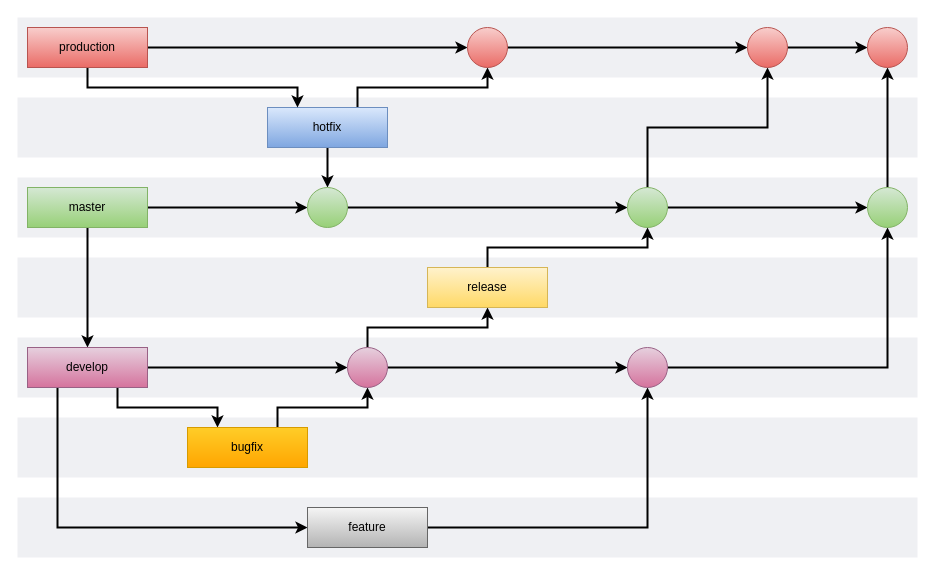
Before: draw.io/semver-flow.drawio in seemscloud/semver-convention, a draw.io diagram. Source tidied: cells renumbered, new cells numbered last; positions are measured from the earlier drawing's top-left corner, leaving out a move shared by most shapes. Both pictures are drawn from the tidied source at 100%, with x=0, y=0 at pixel (17, 17).
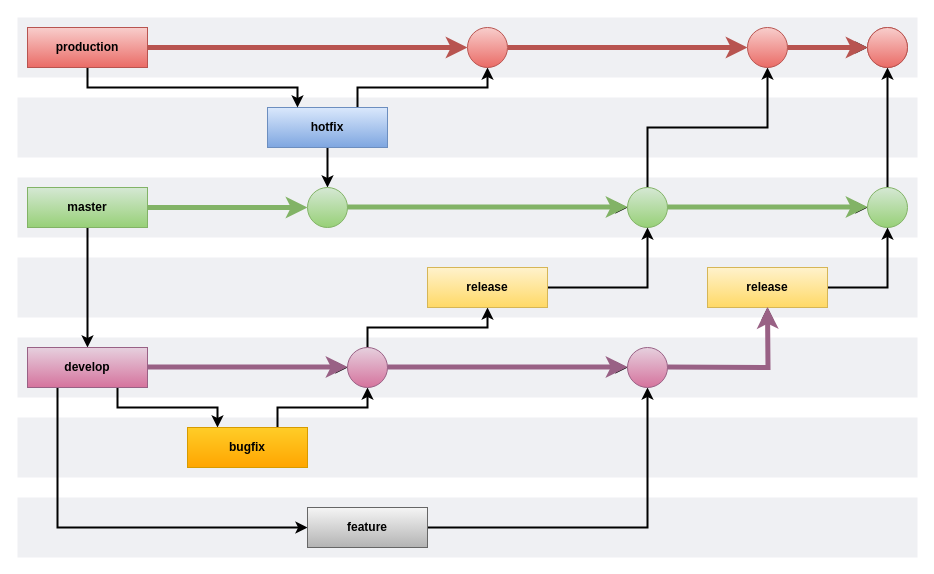
After the change.

What changed in the source:
```diff
@@
-    <mxCell id="2" style="fillColor=#EFF0F3;strokeColor=none;dashed=0;verticalAlign=top;fontStyle=0;fontColor=#232F3D;" parent="1" vertex="1">
+    <mxCell id="2" style="fillColor=#EFF0F3;strokeColor=none;dashed=0;verticalAlign=top;fontStyle=1;fontColor=#232F3D;" parent="1" vertex="1">
       <mxGeometry width="900" height="60" as="geometry" />
     </mxCell>
-    <mxCell id="3" style="fillColor=#EFF0F3;strokeColor=none;dashed=0;verticalAlign=top;fontStyle=0;fontColor=#232F3D;" parent="1" vertex="1">
+    <mxCell id="3" style="fillColor=#EFF0F3;strokeColor=none;dashed=0;verticalAlign=top;fontStyle=1;fontColor=#232F3D;" parent="1" vertex="1">
       <mxGeometry y="80" width="900" height="60" as="geometry" />
     </mxCell>
-    <mxCell id="4" style="fillColor=#EFF0F3;strokeColor=none;dashed=0;verticalAlign=top;fontStyle=0;fontColor=#232F3D;" parent="1" vertex="1">
+    <mxCell id="4" style="fillColor=#EFF0F3;strokeColor=none;dashed=0;verticalAlign=top;fontStyle=1;fontColor=#232F3D;" parent="1" vertex="1">
       <mxGeometry y="480" width="900" height="60" as="geometry" />
     </mxCell>
-    <mxCell id="5" style="fillColor=#EFF0F3;strokeColor=none;dashed=0;verticalAlign=top;fontStyle=0;fontColor=#232F3D;" parent="1" vertex="1">
+    <mxCell id="5" style="fillColor=#EFF0F3;strokeColor=none;dashed=0;verticalAlign=top;fontStyle=1;fontColor=#232F3D;" parent="1" vertex="1">
       <mxGeometry y="400" width="900" height="60" as="geometry" />
     </mxCell>
-    <mxCell id="6" style="fillColor=#EFF0F3;strokeColor=none;dashed=0;verticalAlign=top;fontStyle=0;fontColor=#232F3D;" parent="1" vertex="1">
+    <mxCell id="6" style="fillColor=#EFF0F3;strokeColor=none;dashed=0;verticalAlign=top;fontStyle=1;fontColor=#232F3D;" parent="1" vertex="1">
       <mxGeometry y="160" width="900" height="60" as="geometry" />
     </mxCell>
-    <mxCell id="7" style="fillColor=#EFF0F3;strokeColor=none;dashed=0;verticalAlign=top;fontStyle=0;fontColor=#232F3D;" parent="1" vertex="1">
+    <mxCell id="7" style="fillColor=#EFF0F3;strokeColor=none;dashed=0;verticalAlign=top;fontStyle=1;fontColor=#232F3D;" parent="1" vertex="1">
       <mxGeometry y="240" width="900" height="60" as="geometry" />
     </mxCell>
-    <mxCell id="8" style="fillColor=#EFF0F3;strokeColor=none;dashed=0;verticalAlign=top;fontStyle=0;fontColor=#232F3D;" parent="1" vertex="1">
+    <mxCell id="8" style="fillColor=#EFF0F3;strokeColor=none;dashed=0;verticalAlign=top;fontStyle=1;fontColor=#232F3D;" parent="1" vertex="1">
       <mxGeometry y="320" width="900" height="60" as="geometry" />
     </mxCell>
-    <mxCell id="9" style="edgeStyle=orthogonalEdgeStyle;rounded=0;jettySize=auto;html=1;strokeWidth=2;startArrow=none;exitX=1;exitY=0.5;exitDx=0;exitDy=0;entryX=0;entryY=0.5;entryDx=0;entryDy=0;" parent="1" edge="1" source="11" target="43">
+    <mxCell id="9" style="edgeStyle=orthogonalEdgeStyle;rounded=0;jettySize=auto;html=1;strokeWidth=5;startArrow=none;exitX=1;exitY=0.5;exitDx=0;exitDy=0;entryX=0;entryY=0.5;entryDx=0;entryDy=0;fillColor=#d5e8d4;gradientColor=#97d077;strokeColor=#82b366;fontStyle=1;" parent="1" edge="1" source="11" target="43">
       <mxGeometry relative="1" as="geometry" />
     </mxCell>
-    <mxCell id="10" style="edgeStyle=orthogonalEdgeStyle;rounded=0;jettySize=auto;html=1;entryX=0.5;entryY=0;entryDx=0;entryDy=0;strokeWidth=2;exitX=0.5;exitY=1;exitDx=0;exitDy=0;" parent="1" edge="1" source="11" target="18">
+    <mxCell id="10" style="edgeStyle=orthogonalEdgeStyle;rounded=0;jettySize=auto;html=1;entryX=0.5;entryY=0;entryDx=0;entryDy=0;strokeWidth=2;exitX=0.5;exitY=1;exitDx=0;exitDy=0;fontStyle=1;" parent="1" edge="1" source="11" target="18">
       <mxGeometry relative="1" as="geometry" />
     </mxCell>
-    <mxCell id="11" value="master" style="rounded=0;whiteSpace=wrap;html=1;fillColor=#d5e8d4;gradientColor=#97d077;strokeColor=#82b366;" parent="1" vertex="1">
+    <mxCell id="11" value="master" style="rounded=0;whiteSpace=wrap;html=1;fillColor=#d5e8d4;gradientColor=#97d077;strokeColor=#82b366;fontStyle=1;" parent="1" vertex="1">
       <mxGeometry x="10" y="170" width="120" height="40" as="geometry" />
     </mxCell>
-    <mxCell id="12" style="edgeStyle=orthogonalEdgeStyle;rounded=0;jettySize=auto;html=1;entryX=0.5;entryY=1;entryDx=0;entryDy=0;exitX=0.75;exitY=0;exitDx=0;exitDy=0;strokeWidth=2;" parent="1" edge="1" source="14" target="23">
+    <mxCell id="12" style="edgeStyle=orthogonalEdgeStyle;rounded=0;jettySize=auto;html=1;entryX=0.5;entryY=1;entryDx=0;entryDy=0;exitX=0.75;exitY=0;exitDx=0;exitDy=0;strokeWidth=2;fontStyle=1;" parent="1" edge="1" source="14" target="23">
       <mxGeometry relative="1" as="geometry" />
     </mxCell>
-    <mxCell id="13" style="edgeStyle=orthogonalEdgeStyle;rounded=0;jettySize=auto;html=1;entryX=0.5;entryY=0;entryDx=0;entryDy=0;strokeWidth=2;" parent="1" edge="1" source="14" target="43">
+    <mxCell id="13" style="edgeStyle=orthogonalEdgeStyle;rounded=0;jettySize=auto;html=1;entryX=0.5;entryY=0;entryDx=0;entryDy=0;strokeWidth=2;fontStyle=1;" parent="1" edge="1" source="14" target="43">
       <mxGeometry relative="1" as="geometry" />
     </mxCell>
-    <mxCell id="14" value="hotfix" style="rounded=0;whiteSpace=wrap;html=1;fillColor=#dae8fc;gradientColor=#7ea6e0;strokeColor=#6c8ebf;" parent="1" vertex="1">
+    <mxCell id="14" value="hotfix" style="rounded=0;whiteSpace=wrap;html=1;fillColor=#dae8fc;gradientColor=#7ea6e0;strokeColor=#6c8ebf;fontStyle=1;" parent="1" vertex="1">
       <mxGeometry x="250" y="90" width="120" height="40" as="geometry" />
     </mxCell>
-    <mxCell id="15" style="edgeStyle=orthogonalEdgeStyle;rounded=0;jettySize=auto;html=1;strokeWidth=2;exitX=0.75;exitY=1;exitDx=0;exitDy=0;entryX=0.25;entryY=0;entryDx=0;entryDy=0;" parent="1" edge="1" source="18" target="31">
+    <mxCell id="15" style="edgeStyle=orthogonalEdgeStyle;rounded=0;jettySize=auto;html=1;strokeWidth=2;exitX=0.75;exitY=1;exitDx=0;exitDy=0;entryX=0.25;entryY=0;entryDx=0;entryDy=0;fontStyle=1;" parent="1" edge="1" source="18" target="31">
       <mxGeometry relative="1" as="geometry" />
     </mxCell>
-    <mxCell id="16" style="edgeStyle=orthogonalEdgeStyle;rounded=0;jettySize=auto;html=1;entryX=0;entryY=0.5;entryDx=0;entryDy=0;strokeWidth=2;" parent="1" edge="1" source="18" target="34">
+    <mxCell id="16" style="edgeStyle=orthogonalEdgeStyle;rounded=0;jettySize=auto;html=1;entryX=0;entryY=0.5;entryDx=0;entryDy=0;strokeWidth=2;fontStyle=1;" parent="1" edge="1" source="18" target="34">
       <mxGeometry relative="1" as="geometry" />
     </mxCell>
-    <mxCell id="17" style="edgeStyle=orthogonalEdgeStyle;rounded=0;jettySize=auto;html=1;entryX=0;entryY=0.5;entryDx=0;entryDy=0;strokeWidth=2;exitX=0.25;exitY=1;exitDx=0;exitDy=0;" parent="1" edge="1" source="18" target="36">
+    <mxCell id="17" style="edgeStyle=orthogonalEdgeStyle;rounded=0;jettySize=auto;html=1;entryX=0;entryY=0.5;entryDx=0;entryDy=0;strokeWidth=2;exitX=0.25;exitY=1;exitDx=0;exitDy=0;fontStyle=1;" parent="1" edge="1" source="18" target="36">
       <mxGeometry relative="1" as="geometry">
         <Array as="points">
           <mxPoint x="40" y="510" />
         </Array>
       </mxGeometry>
     </mxCell>
-    <mxCell id="18" value="develop" style="rounded=0;whiteSpace=wrap;html=1;fillColor=#e6d0de;gradientColor=#d5739d;strokeColor=#996185;" parent="1" vertex="1">
+    <mxCell id="18" value="develop" style="rounded=0;whiteSpace=wrap;html=1;fillColor=#e6d0de;gradientColor=#d5739d;strokeColor=#996185;fontStyle=1;" parent="1" vertex="1">
       <mxGeometry x="10" y="330" width="120" height="40" as="geometry" />
     </mxCell>
-    <mxCell id="19" style="edgeStyle=orthogonalEdgeStyle;rounded=0;jettySize=auto;html=1;entryX=0;entryY=0.5;entryDx=0;entryDy=0;strokeWidth=2;" parent="1" edge="1" source="21" target="23">
+    <mxCell id="19" style="edgeStyle=orthogonalEdgeStyle;rounded=0;jettySize=auto;html=1;entryX=0;entryY=0.5;entryDx=0;entryDy=0;strokeWidth=5;fillColor=#f8cecc;gradientColor=#ea6b66;strokeColor=#b85450;fontStyle=1;" parent="1" edge="1" source="21" target="23">
       <mxGeometry relative="1" as="geometry" />
     </mxCell>
-    <mxCell id="20" style="edgeStyle=orthogonalEdgeStyle;rounded=0;jettySize=auto;html=1;entryX=0.25;entryY=0;entryDx=0;entryDy=0;exitX=0.5;exitY=1;exitDx=0;exitDy=0;strokeWidth=2;" parent="1" edge="1" source="21" target="14">
+    <mxCell id="20" style="edgeStyle=orthogonalEdgeStyle;rounded=0;jettySize=auto;html=1;entryX=0.25;entryY=0;entryDx=0;entryDy=0;exitX=0.5;exitY=1;exitDx=0;exitDy=0;strokeWidth=2;fontStyle=1;" parent="1" edge="1" source="21" target="14">
       <mxGeometry relative="1" as="geometry" />
     </mxCell>
-    <mxCell id="21" value="production" style="rounded=0;whiteSpace=wrap;html=1;fillColor=#f8cecc;gradientColor=#ea6b66;strokeColor=#b85450;" parent="1" vertex="1">
+    <mxCell id="21" value="production" style="rounded=0;whiteSpace=wrap;html=1;fillColor=#f8cecc;gradientColor=#ea6b66;strokeColor=#b85450;fontStyle=1;" parent="1" vertex="1">
       <mxGeometry x="10" y="10" width="120" height="40" as="geometry" />
     </mxCell>
-    <mxCell id="22" style="edgeStyle=orthogonalEdgeStyle;rounded=0;jettySize=auto;html=1;entryX=0;entryY=0.5;entryDx=0;entryDy=0;strokeWidth=2;" parent="1" edge="1" source="23" target="29">
+    <mxCell id="22" style="edgeStyle=orthogonalEdgeStyle;rounded=0;jettySize=auto;html=1;entryX=0;entryY=0.5;entryDx=0;entryDy=0;strokeWidth=5;fillColor=#f8cecc;gradientColor=#ea6b66;strokeColor=#b85450;fontStyle=1;" parent="1" edge="1" source="23" target="29">
       <mxGeometry relative="1" as="geometry" />
     </mxCell>
-    <mxCell id="23" style="ellipse;whiteSpace=wrap;html=1;fillColor=#f8cecc;gradientColor=#ea6b66;strokeColor=#b85450;" parent="1" vertex="1">
+    <mxCell id="23" style="ellipse;whiteSpace=wrap;html=1;fillColor=#f8cecc;gradientColor=#ea6b66;strokeColor=#b85450;fontStyle=1;" parent="1" vertex="1">
       <mxGeometry x="450" y="10" width="40" height="40" as="geometry" />
     </mxCell>
-    <mxCell id="24" style="edgeStyle=orthogonalEdgeStyle;rounded=0;jettySize=auto;html=1;entryX=0;entryY=0.5;entryDx=0;entryDy=0;strokeWidth=2;" parent="1" edge="1" source="43" target="27">
+    <mxCell id="24" style="edgeStyle=orthogonalEdgeStyle;rounded=0;jettySize=auto;html=1;entryX=0;entryY=0.5;entryDx=0;entryDy=0;strokeWidth=2;fontStyle=1;" parent="1" edge="1" source="43" target="27">
       <mxGeometry relative="1" as="geometry" />
     </mxCell>
-    <mxCell id="25" style="edgeStyle=orthogonalEdgeStyle;rounded=0;jettySize=auto;html=1;strokeWidth=2;exitX=0.5;exitY=0;exitDx=0;exitDy=0;" parent="1" edge="1" source="27" target="29">
+    <mxCell id="25" style="edgeStyle=orthogonalEdgeStyle;rounded=0;jettySize=auto;html=1;strokeWidth=2;exitX=0.5;exitY=0;exitDx=0;exitDy=0;fontStyle=1;" parent="1" edge="1" source="27" target="29">
       <mxGeometry relative="1" as="geometry" />
     </mxCell>
-    <mxCell id="26" style="edgeStyle=orthogonalEdgeStyle;rounded=0;jettySize=auto;html=1;entryX=0;entryY=0.5;entryDx=0;entryDy=0;strokeWidth=2;" parent="1" edge="1" source="27" target="42">
+    <mxCell id="26" style="edgeStyle=orthogonalEdgeStyle;rounded=0;jettySize=auto;html=1;entryX=0;entryY=0.5;entryDx=0;entryDy=0;strokeWidth=2;fontStyle=1;" parent="1" edge="1" source="27" target="42">
       <mxGeometry relative="1" as="geometry" />
     </mxCell>
-    <mxCell id="27" style="ellipse;whiteSpace=wrap;html=1;fillColor=#d5e8d4;gradientColor=#97d077;strokeColor=#82b366;" parent="1" vertex="1">
+    <mxCell id="27" style="ellipse;whiteSpace=wrap;html=1;fillColor=#d5e8d4;gradientColor=#97d077;strokeColor=#82b366;fontStyle=1;" parent="1" vertex="1">
       <mxGeometry x="610" y="170" width="40" height="40" as="geometry" />
     </mxCell>
-    <mxCell id="28" style="edgeStyle=orthogonalEdgeStyle;rounded=0;jettySize=auto;html=1;entryX=0;entryY=0.5;entryDx=0;entryDy=0;strokeWidth=2;" parent="1" edge="1" source="29" target="44">
+    <mxCell id="28" style="edgeStyle=orthogonalEdgeStyle;rounded=0;jettySize=auto;html=1;entryX=0;entryY=0.5;entryDx=0;entryDy=0;strokeWidth=2;fontStyle=1;" parent="1" edge="1" source="29" target="44">
       <mxGeometry relative="1" as="geometry" />
     </mxCell>
+    <mxCell id="45" style="edgeStyle=orthogonalEdgeStyle;rounded=0;jettySize=auto;html=1;strokeWidth=5;fillColor=#f8cecc;gradientColor=#ea6b66;strokeColor=#b85450;fontStyle=1;" parent="1" edge="1" source="29" target="54">
+      <mxGeometry relative="1" as="geometry" />
+    </mxCell>
-    <mxCell id="29" style="ellipse;whiteSpace=wrap;html=1;fillColor=#f8cecc;gradientColor=#ea6b66;strokeColor=#b85450;" parent="1" vertex="1">
+    <mxCell id="29" style="ellipse;whiteSpace=wrap;html=1;fillColor=#f8cecc;gradientColor=#ea6b66;strokeColor=#b85450;fontStyle=1;" parent="1" vertex="1">
       <mxGeometry x="730" y="10" width="40" height="40" as="geometry" />
     </mxCell>
-    <mxCell id="30" style="edgeStyle=orthogonalEdgeStyle;rounded=0;jettySize=auto;html=1;entryX=0.5;entryY=1;entryDx=0;entryDy=0;strokeWidth=2;exitX=0.75;exitY=0;exitDx=0;exitDy=0;" parent="1" edge="1" source="31" target="34">
+    <mxCell id="30" style="edgeStyle=orthogonalEdgeStyle;rounded=0;jettySize=auto;html=1;entryX=0.5;entryY=1;entryDx=0;entryDy=0;strokeWidth=2;exitX=0.75;exitY=0;exitDx=0;exitDy=0;fontStyle=1;" parent="1" edge="1" source="31" target="34">
       <mxGeometry relative="1" as="geometry" />
     </mxCell>
-    <mxCell id="31" value="bugfix" style="rounded=0;whiteSpace=wrap;html=1;fillColor=#ffcd28;gradientColor=#ffa500;strokeColor=#d79b00;" parent="1" vertex="1">
+    <mxCell id="31" value="bugfix" style="rounded=0;whiteSpace=wrap;html=1;fillColor=#ffcd28;gradientColor=#ffa500;strokeColor=#d79b00;fontStyle=1;" parent="1" vertex="1">
       <mxGeometry x="170" y="410" width="120" height="40" as="geometry" />
     </mxCell>
-    <mxCell id="32" style="edgeStyle=orthogonalEdgeStyle;rounded=0;jettySize=auto;html=1;entryX=0;entryY=0.5;entryDx=0;entryDy=0;strokeWidth=2;" parent="1" edge="1" source="34" target="38">
+    <mxCell id="32" style="edgeStyle=orthogonalEdgeStyle;rounded=0;jettySize=auto;html=1;entryX=0;entryY=0.5;entryDx=0;entryDy=0;strokeWidth=2;fontStyle=1;" parent="1" edge="1" source="34" target="38">
       <mxGeometry relative="1" as="geometry" />
     </mxCell>
-    <mxCell id="33" style="edgeStyle=orthogonalEdgeStyle;rounded=0;jettySize=auto;html=1;entryX=0.5;entryY=1;entryDx=0;entryDy=0;strokeWidth=2;exitX=0.5;exitY=0;exitDx=0;exitDy=0;" parent="1" edge="1" source="34" target="40">
+    <mxCell id="33" style="edgeStyle=orthogonalEdgeStyle;rounded=0;jettySize=auto;html=1;entryX=0.5;entryY=1;entryDx=0;entryDy=0;strokeWidth=2;exitX=0.5;exitY=0;exitDx=0;exitDy=0;fontStyle=1;" parent="1" edge="1" source="34" target="40">
       <mxGeometry relative="1" as="geometry" />
     </mxCell>
-    <mxCell id="34" style="ellipse;whiteSpace=wrap;html=1;fillColor=#e6d0de;gradientColor=#d5739d;strokeColor=#996185;" parent="1" vertex="1">
+    <mxCell id="34" style="ellipse;whiteSpace=wrap;html=1;fillColor=#e6d0de;gradientColor=#d5739d;strokeColor=#996185;fontStyle=1;" parent="1" vertex="1">
       <mxGeometry x="330" y="330" width="40" height="40" as="geometry" />
     </mxCell>
-    <mxCell id="35" style="edgeStyle=orthogonalEdgeStyle;rounded=0;jettySize=auto;html=1;entryX=0.5;entryY=1;entryDx=0;entryDy=0;strokeWidth=2;exitX=1;exitY=0.5;exitDx=0;exitDy=0;" parent="1" edge="1" source="36" target="38">
+    <mxCell id="35" style="edgeStyle=orthogonalEdgeStyle;rounded=0;jettySize=auto;html=1;entryX=0.5;entryY=1;entryDx=0;entryDy=0;strokeWidth=2;exitX=1;exitY=0.5;exitDx=0;exitDy=0;fontStyle=1;" parent="1" edge="1" source="36" target="38">
       <mxGeometry relative="1" as="geometry">
         <Array as="points">
           <mxPoint x="630" y="510" />
         </Array>
       </mxGeometry>
     </mxCell>
-    <mxCell id="36" value="feature" style="rounded=0;whiteSpace=wrap;html=1;fillColor=#f5f5f5;gradientColor=#b3b3b3;strokeColor=#666666;" parent="1" vertex="1">
+    <mxCell id="36" value="feature" style="rounded=0;whiteSpace=wrap;html=1;fillColor=#f5f5f5;gradientColor=#b3b3b3;strokeColor=#666666;fontStyle=1;" parent="1" vertex="1">
       <mxGeometry x="290" y="490" width="120" height="40" as="geometry" />
     </mxCell>
-    <mxCell id="37" style="edgeStyle=orthogonalEdgeStyle;rounded=0;jettySize=auto;html=1;strokeWidth=2;" parent="1" edge="1" source="38" target="42">
-      <mxGeometry relative="1" as="geometry" />
-    </mxCell>
+    <mxCell id="46" style="edgeStyle=orthogonalEdgeStyle;rounded=0;jettySize=auto;html=1;entryX=0.5;entryY=1;entryDx=0;entryDy=0;strokeWidth=2;fontStyle=1;" parent="1" edge="1" source="38" target="48">
+      <mxGeometry relative="1" as="geometry" />
+    </mxCell>
-    <mxCell id="38" style="ellipse;whiteSpace=wrap;html=1;fillColor=#e6d0de;gradientColor=#d5739d;strokeColor=#996185;" parent="1" vertex="1">
+    <mxCell id="38" style="ellipse;whiteSpace=wrap;html=1;fillColor=#e6d0de;gradientColor=#d5739d;strokeColor=#996185;fontStyle=1;" parent="1" vertex="1">
       <mxGeometry x="610" y="330" width="40" height="40" as="geometry" />
     </mxCell>
-    <mxCell id="39" style="edgeStyle=orthogonalEdgeStyle;rounded=0;jettySize=auto;html=1;entryX=0.5;entryY=1;entryDx=0;entryDy=0;strokeWidth=2;exitX=0.5;exitY=0;exitDx=0;exitDy=0;" parent="1" edge="1" source="40" target="27">
+    <mxCell id="39" style="edgeStyle=orthogonalEdgeStyle;rounded=0;jettySize=auto;html=1;entryX=0.5;entryY=1;entryDx=0;entryDy=0;strokeWidth=2;exitX=1;exitY=0.5;exitDx=0;exitDy=0;fontStyle=1;" parent="1" edge="1" source="40" target="27">
       <mxGeometry relative="1" as="geometry" />
     </mxCell>
-    <mxCell id="40" value="release" style="rounded=0;whiteSpace=wrap;html=1;fillColor=#fff2cc;gradientColor=#ffd966;strokeColor=#d6b656;" parent="1" vertex="1">
+    <mxCell id="40" value="release" style="rounded=0;whiteSpace=wrap;html=1;fillColor=#fff2cc;gradientColor=#ffd966;strokeColor=#d6b656;fontStyle=1;" parent="1" vertex="1">
       <mxGeometry x="410" y="250" width="120" height="40" as="geometry" />
     </mxCell>
-    <mxCell id="41" style="edgeStyle=orthogonalEdgeStyle;rounded=0;jettySize=auto;html=1;entryX=0.5;entryY=1;entryDx=0;entryDy=0;strokeWidth=2;" parent="1" edge="1" source="42" target="44">
+    <mxCell id="41" style="edgeStyle=orthogonalEdgeStyle;rounded=0;jettySize=auto;html=1;entryX=0.5;entryY=1;entryDx=0;entryDy=0;strokeWidth=2;fontStyle=1;" parent="1" edge="1" source="42" target="44">
       <mxGeometry relative="1" as="geometry" />
     </mxCell>
-    <mxCell id="42" style="ellipse;whiteSpace=wrap;html=1;fillColor=#d5e8d4;gradientColor=#97d077;strokeColor=#82b366;" parent="1" vertex="1">
+    <mxCell id="42" style="ellipse;whiteSpace=wrap;html=1;fillColor=#d5e8d4;gradientColor=#97d077;strokeColor=#82b366;fontStyle=1;" parent="1" vertex="1">
       <mxGeometry x="850" y="170" width="40" height="40" as="geometry" />
     </mxCell>
-    <mxCell id="43" style="ellipse;whiteSpace=wrap;html=1;fillColor=#d5e8d4;gradientColor=#97d077;strokeColor=#82b366;" parent="1" vertex="1">
+    <mxCell id="43" style="ellipse;whiteSpace=wrap;html=1;fillColor=#d5e8d4;gradientColor=#97d077;strokeColor=#82b366;fontStyle=1;" parent="1" vertex="1">
       <mxGeometry x="290" y="170" width="40" height="40" as="geometry" />
     </mxCell>
-    <mxCell id="44" style="ellipse;whiteSpace=wrap;html=1;fillColor=#f8cecc;gradientColor=#ea6b66;strokeColor=#b85450;" parent="1" vertex="1">
+    <mxCell id="44" style="ellipse;whiteSpace=wrap;html=1;fillColor=#f8cecc;gradientColor=#ea6b66;strokeColor=#b85450;fontStyle=1;" parent="1" vertex="1">
       <mxGeometry x="850" y="10" width="40" height="40" as="geometry" />
     </mxCell>
+    <mxCell id="47" style="edgeStyle=orthogonalEdgeStyle;rounded=0;jettySize=auto;html=1;entryX=0.5;entryY=1;entryDx=0;entryDy=0;strokeWidth=2;fontStyle=1;" parent="1" edge="1" source="48" target="42">
+      <mxGeometry relative="1" as="geometry" />
+    </mxCell>
+    <mxCell id="48" value="release" style="rounded=0;whiteSpace=wrap;html=1;fillColor=#fff2cc;gradientColor=#ffd966;strokeColor=#d6b656;fontStyle=1;" parent="1" vertex="1">
+      <mxGeometry x="690" y="250" width="120" height="40" as="geometry" />
+    </mxCell>
+    <mxCell id="49" style="edgeStyle=orthogonalEdgeStyle;rounded=0;orthogonalLoop=1;jettySize=auto;html=1;entryX=0;entryY=0.5;entryDx=0;entryDy=0;strokeWidth=5;fillColor=#e6d0de;gradientColor=#d5739d;strokeColor=#996185;fontStyle=1;" parent="1" edge="1">
+      <mxGeometry relative="1" as="geometry">
+        <mxPoint x="370" y="349.5" as="sourcePoint" />
+        <mxPoint x="610" y="349.5" as="targetPoint" />
+      </mxGeometry>
+    </mxCell>
+    <mxCell id="50" style="edgeStyle=orthogonalEdgeStyle;rounded=0;orthogonalLoop=1;jettySize=auto;html=1;entryX=0;entryY=0.5;entryDx=0;entryDy=0;strokeWidth=5;fillColor=#e6d0de;gradientColor=#d5739d;strokeColor=#996185;fontStyle=1;" parent="1" edge="1">
+      <mxGeometry relative="1" as="geometry">
+        <mxPoint x="130" y="349.5" as="sourcePoint" />
+        <mxPoint x="330" y="349.5" as="targetPoint" />
+      </mxGeometry>
+    </mxCell>
+    <mxCell id="51" style="edgeStyle=orthogonalEdgeStyle;rounded=0;orthogonalLoop=1;jettySize=auto;html=1;entryX=0.5;entryY=1;entryDx=0;entryDy=0;strokeWidth=5;fillColor=#e6d0de;gradientColor=#d5739d;strokeColor=#996185;fontStyle=1;" parent="1" edge="1">
+      <mxGeometry relative="1" as="geometry">
+        <mxPoint x="650" y="349.5" as="sourcePoint" />
+        <mxPoint x="750" y="289.5" as="targetPoint" />
+      </mxGeometry>
+    </mxCell>
+    <mxCell id="52" style="edgeStyle=orthogonalEdgeStyle;rounded=0;orthogonalLoop=1;jettySize=auto;html=1;entryX=0;entryY=0.5;entryDx=0;entryDy=0;strokeWidth=5;fillColor=#d5e8d4;gradientColor=#97d077;strokeColor=#82b366;fontStyle=1;" parent="1" edge="1">
+      <mxGeometry relative="1" as="geometry">
+        <mxPoint x="650" y="189.5" as="sourcePoint" />
+        <mxPoint x="850" y="189.5" as="targetPoint" />
+      </mxGeometry>
+    </mxCell>
+    <mxCell id="53" style="edgeStyle=orthogonalEdgeStyle;rounded=0;orthogonalLoop=1;jettySize=auto;html=1;entryX=0;entryY=0.5;entryDx=0;entryDy=0;strokeWidth=5;fillColor=#d5e8d4;gradientColor=#97d077;strokeColor=#82b366;fontStyle=1;" parent="1" edge="1">
+      <mxGeometry relative="1" as="geometry">
+        <mxPoint x="330" y="189.5" as="sourcePoint" />
+        <mxPoint x="610" y="189.5" as="targetPoint" />
+      </mxGeometry>
+    </mxCell>
+    <mxCell id="54" style="ellipse;whiteSpace=wrap;html=1;fillColor=#f8cecc;gradientColor=#ea6b66;strokeColor=#b85450;fontStyle=1;" parent="1" vertex="1">
+      <mxGeometry x="850" y="10" width="40" height="40" as="geometry" />
+    </mxCell>
```
